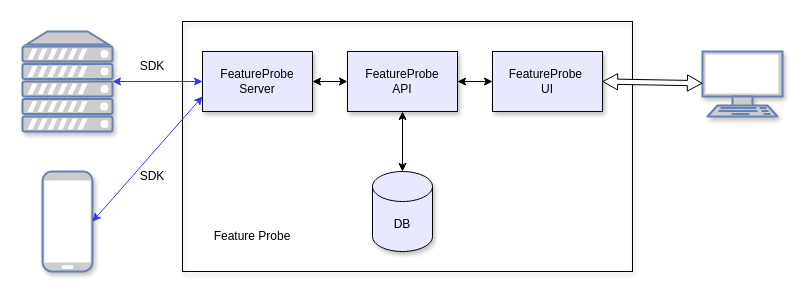
FeatureProbe/feature-probe-docs keeps this draw.io diagram as pictures/featureprobe_deploy.drawio. Above is the earlier version. Source tidied: cells renumbered, new cells numbered last; positions are measured from the earlier drawing's top-left corner, leaving out a move shared by most shapes. Both pictures are drawn from the tidied source at 100%, with x=0, y=0 at pixel (22, 21).
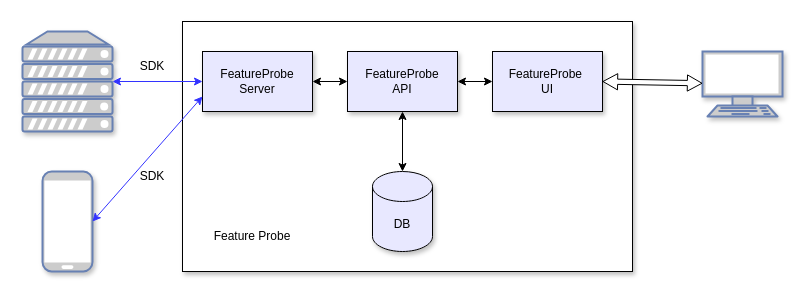
Above is the later version.

Commit message (it also covers changes not shown here):
docs: update sdk introduction

The edit, as a diff of the source:
```diff
@@
 <mxGraphModel>
   <root>
     <mxCell id="0" />
     <mxCell id="1" parent="0" />
-    <mxCell id="2" style="whiteSpace=wrap;html=1;shadow=1;fillColor=none;" parent="1" vertex="1">
+    <mxCell id="2" style="whiteSpace=wrap;html=1;shadow=1;fillColor=#FFFFFF;" parent="1" vertex="1">
       <mxGeometry x="160" width="450" height="250" as="geometry" />
     </mxCell>
     <mxCell id="3" value="FeatureProbe&lt;br&gt;Server" style="whiteSpace=wrap;html=1;fillColor=#E8E8FF;shadow=1;" parent="1" vertex="1">
       <mxGeometry x="180" y="30" width="110" height="60" as="geometry" />
     </mxCell>
     <mxCell id="4" value="FeatureProbe &lt;br&gt;API" style="whiteSpace=wrap;html=1;fillColor=#E8E8FF;shadow=1;" parent="1" vertex="1">
       <mxGeometry x="325" y="30" width="110" height="60" as="geometry" />
     </mxCell>
     <mxCell id="5" value="FeatureProbe&amp;nbsp;&lt;br&gt;UI" style="whiteSpace=wrap;html=1;fillColor=#E8E8FF;shadow=1;" parent="1" vertex="1">
       <mxGeometry x="470" y="30" width="110" height="60" as="geometry" />
     </mxCell>
     <mxCell id="6" value="DB" style="shape=cylinder3;whiteSpace=wrap;html=1;boundedLbl=1;backgroundOutline=1;size=15;shadow=1;fillColor=#E8E8FF;" parent="1" vertex="1">
       <mxGeometry x="350" y="150" width="60" height="80" as="geometry" />
     </mxCell>
     <mxCell id="7" style="fontColor=#0066CC;verticalAlign=top;verticalLabelPosition=bottom;labelPosition=center;align=center;html=1;outlineConnect=0;fillColor=#CCCCCC;strokeColor=#6881B3;gradientColor=none;gradientDirection=north;strokeWidth=2;shape=mxgraph.networks.terminal;shadow=1;" parent="1" vertex="1">
       <mxGeometry x="680" y="30" width="80" height="65" as="geometry" />
     </mxCell>
     <mxCell id="8" style="shape=flexArrow;endArrow=classic;startArrow=classic;html=1;exitX=1;exitY=0.5;exitDx=0;exitDy=0;startWidth=10;startSize=4.542857142857142;width=5.238095238095238;endWidth=10;endSize=4.542857142857142;fillColor=#FFFFFF;" parent="1" edge="1" source="5" target="7">
       <mxGeometry relative="1" as="geometry" />
     </mxCell>
     <mxCell id="9" style="fontColor=#0066CC;verticalAlign=top;verticalLabelPosition=bottom;labelPosition=center;align=center;html=1;outlineConnect=0;fillColor=#CCCCCC;strokeColor=#6881B3;gradientColor=none;gradientDirection=north;strokeWidth=2;shape=mxgraph.networks.server;shadow=1;" parent="1" vertex="1">
       <mxGeometry y="10" width="90" height="100" as="geometry" />
     </mxCell>
     <mxCell id="10" style="fontColor=#0066CC;verticalAlign=top;verticalLabelPosition=bottom;labelPosition=center;align=center;html=1;outlineConnect=0;fillColor=#CCCCCC;strokeColor=#6881B3;gradientColor=none;gradientDirection=north;strokeWidth=2;shape=mxgraph.networks.mobile;shadow=1;" parent="1" vertex="1">
       <mxGeometry x="20" y="150" width="50" height="100" as="geometry" />
     </mxCell>
     <mxCell id="11" style="endArrow=classic;startArrow=classic;html=1;strokeColor=#3333FF;fillColor=#FFFFFF;" parent="1" edge="1" source="9" target="3">
       <mxGeometry relative="1" as="geometry" />
     </mxCell>
     <mxCell id="12" style="endArrow=classic;startArrow=classic;html=1;strokeColor=#3333FF;fillColor=#FFFFFF;exitX=1;exitY=0.5;exitDx=0;exitDy=0;exitPerimeter=0;entryX=0;entryY=0.75;entryDx=0;entryDy=0;" parent="1" edge="1" source="10" target="3">
       <mxGeometry relative="1" as="geometry" />
     </mxCell>
     <mxCell id="13" style="endArrow=classic;startArrow=classic;html=1;strokeColor=#000000;fillColor=#FFFFFF;exitX=0.5;exitY=0;exitDx=0;exitDy=0;exitPerimeter=0;entryX=0.5;entryY=1;entryDx=0;entryDy=0;" parent="1" edge="1" source="6" target="4">
       <mxGeometry relative="1" as="geometry" />
     </mxCell>
     <mxCell id="14" style="endArrow=classic;startArrow=classic;html=1;strokeColor=#000000;fillColor=#FFFFFF;exitX=0;exitY=0.5;exitDx=0;exitDy=0;entryX=1;entryY=0.5;entryDx=0;entryDy=0;" parent="1" edge="1" source="4" target="3">
       <mxGeometry relative="1" as="geometry" />
     </mxCell>
     <mxCell id="15" style="endArrow=classic;startArrow=classic;html=1;strokeColor=#000000;fillColor=#FFFFFF;entryX=1;entryY=0.5;entryDx=0;entryDy=0;" parent="1" edge="1" source="5" target="4">
       <mxGeometry relative="1" as="geometry" />
     </mxCell>
     <mxCell id="16" value="SDK" style="text;html=1;strokeColor=none;fillColor=none;align=center;verticalAlign=middle;whiteSpace=wrap;shadow=1;" parent="1" vertex="1">
       <mxGeometry x="100" y="30" width="60" height="30" as="geometry" />
     </mxCell>
     <mxCell id="17" value="SDK" style="text;html=1;strokeColor=none;fillColor=none;align=center;verticalAlign=middle;whiteSpace=wrap;shadow=1;" parent="1" vertex="1">
       <mxGeometry x="100" y="140" width="60" height="30" as="geometry" />
     </mxCell>
     <mxCell id="18" value="Feature Probe" style="text;html=1;strokeColor=none;fillColor=none;align=center;verticalAlign=middle;whiteSpace=wrap;shadow=1;" parent="1" vertex="1">
       <mxGeometry x="190" y="200" width="80" height="30" as="geometry" />
     </mxCell>
   </root>
 </mxGraphModel>
```
